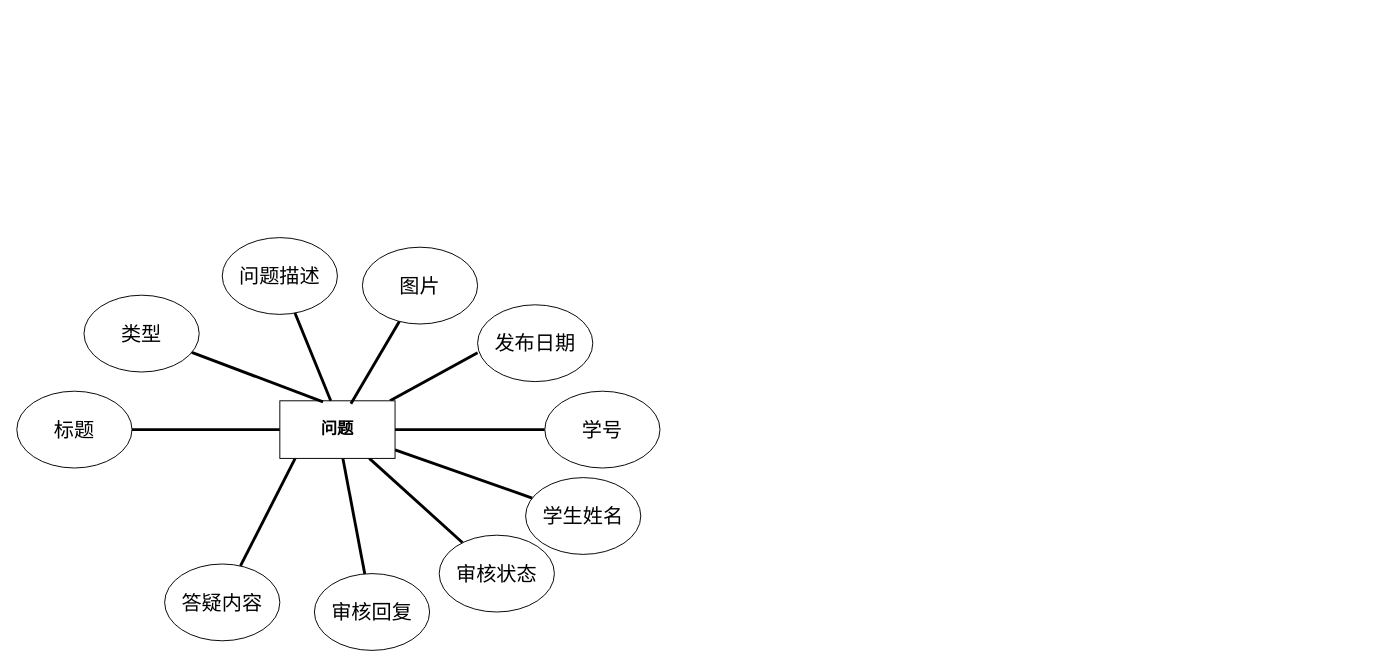
Above: page "问题实体信息图" (2 of 5) of E-R模型图.drawio in ov0-0vo/1 (draw.io), before the change. Source tidied: cells renumbered, new cells numbered last; positions are measured from the earlier drawing's top-left corner, leaving out a move shared by most shapes. Both pictures are drawn from the tidied source at 96%, with x=0, y=0 at pixel (16, 237).
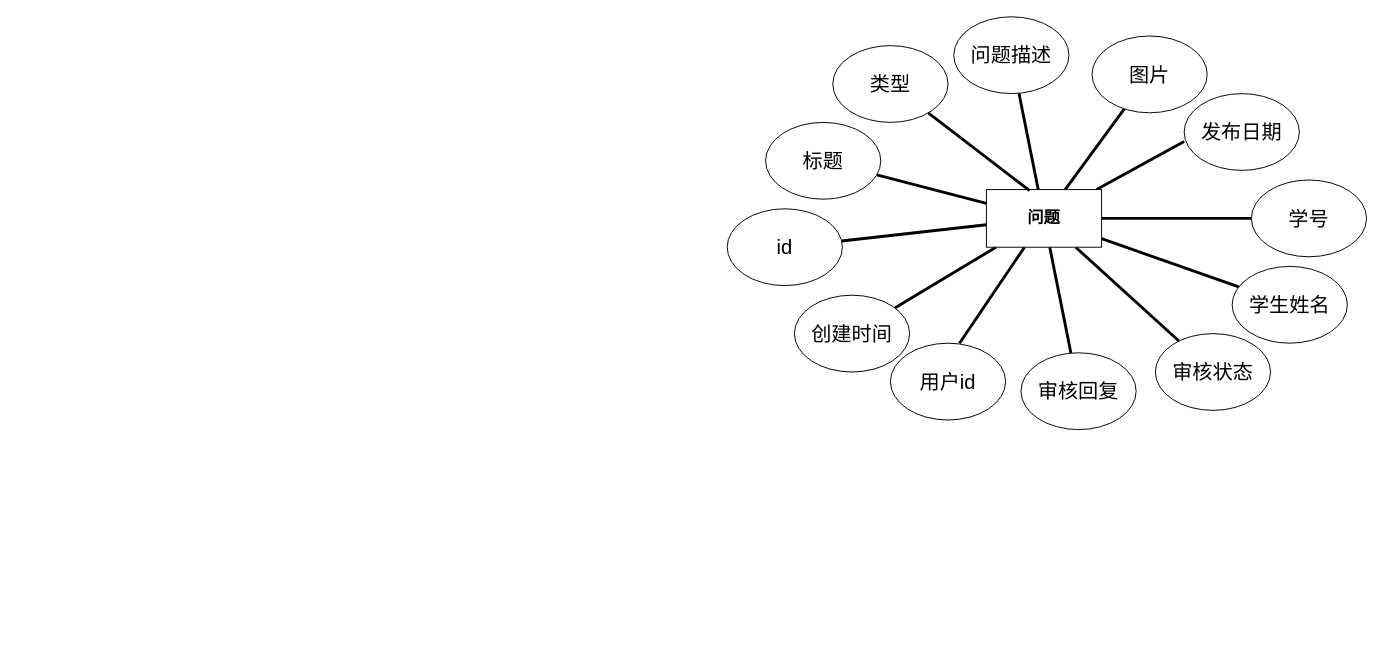
The same page after the edit.

Diff of the diagram source:
```diff
@@
-    <mxCell id="8" style="edgeStyle=none;shape=connector;rounded=0;jettySize=auto;html=1;exitX=0.133;exitY=1;exitDx=0;exitDy=0;labelBackgroundColor=default;strokeColor=default;strokeWidth=3;fontFamily=Helvetica;fontSize=11;fontColor=default;endArrow=none;endFill=0;exitPerimeter=0;" parent="1" edge="1" source="9" target="22">
-      <mxGeometry relative="1" as="geometry" />
-    </mxCell>
+    <mxCell id="23" style="edgeStyle=none;shape=connector;rounded=0;jettySize=auto;html=1;labelBackgroundColor=default;strokeColor=default;strokeWidth=3;fontFamily=Helvetica;fontSize=11;fontColor=default;endArrow=none;endFill=0;entryX=0.6;entryY=0;entryDx=0;entryDy=0;entryPerimeter=0;" parent="1" edge="1" source="9" target="25">
+      <mxGeometry relative="1" as="geometry" />
+    </mxCell>
+    <mxCell id="24" style="edgeStyle=none;shape=connector;rounded=0;jettySize=auto;html=1;labelBackgroundColor=default;strokeColor=default;strokeWidth=3;fontFamily=Helvetica;fontSize=21;fontColor=default;endArrow=none;endFill=0;" parent="1" edge="1" source="9" target="28">
+      <mxGeometry relative="1" as="geometry" />
+    </mxCell>
     <mxCell id="9" value="问题" style="rounded=0;whiteSpace=wrap;html=1;fontFamily=Times New Roman;fontStyle=1;fontSize=17;" parent="1" vertex="1">
-      <mxGeometry x="274" y="170" width="120" height="60" as="geometry" />
+      <mxGeometry x="1010" y="-50" width="120" height="60" as="geometry" />
     </mxCell>
     <mxCell id="10" value="标题" style="ellipse;whiteSpace=wrap;html=1;fontSize=21;" parent="1" vertex="1">
-      <mxGeometry y="160" width="120" height="80" as="geometry" />
+      <mxGeometry x="780" y="-120" width="120" height="80" as="geometry" />
     </mxCell>
@@
     <mxCell id="12" value="类型" style="ellipse;whiteSpace=wrap;html=1;fontSize=21;" parent="1" vertex="1">
-      <mxGeometry x="70" y="60" width="120" height="80" as="geometry" />
+      <mxGeometry x="850" y="-200" width="120" height="80" as="geometry" />
     </mxCell>
-    <mxCell id="13" style="rounded=0;jettySize=auto;html=1;endArrow=none;endFill=0;strokeWidth=3;exitX=0.617;exitY=0.05;exitDx=0;exitDy=0;exitPerimeter=0;" parent="1" edge="1" source="9" target="14">
+    <mxCell id="13" style="rounded=0;jettySize=auto;html=1;endArrow=none;endFill=0;strokeWidth=3;" parent="1" edge="1" source="9" target="14">
       <mxGeometry relative="1" as="geometry" />
     </mxCell>
     <mxCell id="14" value="图片" style="ellipse;whiteSpace=wrap;html=1;fontSize=21;" parent="1" vertex="1">
-      <mxGeometry x="360" y="10" width="120" height="80" as="geometry" />
+      <mxGeometry x="1120" y="-210" width="120" height="80" as="geometry" />
     </mxCell>
-    <mxCell id="15" style="edgeStyle=none;shape=connector;rounded=0;jettySize=auto;html=1;entryX=0.442;entryY=0;entryDx=0;entryDy=0;entryPerimeter=0;labelBackgroundColor=default;strokeWidth=3;fontFamily=Helvetica;fontSize=11;fontColor=default;endArrow=none;endFill=0;" parent="1" edge="1" source="16" target="9">
+    <mxCell id="15" style="edgeStyle=none;shape=connector;rounded=0;jettySize=auto;html=1;labelBackgroundColor=default;strokeWidth=3;fontFamily=Helvetica;fontSize=11;fontColor=default;endArrow=none;endFill=0;" parent="1" edge="1" source="16" target="9">
       <mxGeometry relative="1" as="geometry" />
     </mxCell>
     <mxCell id="16" value="问题描述" style="ellipse;whiteSpace=wrap;html=1;fontSize=21;" parent="1" vertex="1">
-      <mxGeometry x="214" width="120" height="80" as="geometry" />
+      <mxGeometry x="976" y="-230" width="120" height="80" as="geometry" />
     </mxCell>
     <mxCell id="17" value="学号" style="ellipse;whiteSpace=wrap;html=1;fontSize=21;" parent="1" vertex="1">
-      <mxGeometry x="550" y="160" width="120" height="80" as="geometry" />
+      <mxGeometry x="1286" y="-60" width="120" height="80" as="geometry" />
     </mxCell>
     <mxCell id="18" value="发布日期" style="ellipse;whiteSpace=wrap;html=1;fontSize=21;" parent="1" vertex="1">
-      <mxGeometry x="480" y="70" width="120" height="80" as="geometry" />
+      <mxGeometry x="1216" y="-150" width="120" height="80" as="geometry" />
     </mxCell>
     <mxCell id="19" value="学生姓名" style="ellipse;whiteSpace=wrap;html=1;fontSize=21;" parent="1" vertex="1">
-      <mxGeometry x="530" y="250" width="120" height="80" as="geometry" />
+      <mxGeometry x="1266" y="30" width="120" height="80" as="geometry" />
     </mxCell>
     <mxCell id="20" value="审核状态" style="ellipse;whiteSpace=wrap;html=1;fontSize=21;" parent="1" vertex="1">
-      <mxGeometry x="440" y="310" width="120" height="80" as="geometry" />
+      <mxGeometry x="1186" y="100" width="120" height="80" as="geometry" />
     </mxCell>
     <mxCell id="21" value="审核回复" style="ellipse;whiteSpace=wrap;html=1;fontSize=21;" parent="1" vertex="1">
-      <mxGeometry x="310" y="350" width="120" height="80" as="geometry" />
+      <mxGeometry x="1046" y="120" width="120" height="80" as="geometry" />
     </mxCell>
-    <mxCell id="22" value="答疑内容" style="ellipse;whiteSpace=wrap;html=1;fontSize=21;" parent="1" vertex="1">
-      <mxGeometry x="154" y="340" width="120" height="80" as="geometry" />
-    </mxCell>
+    <mxCell id="25" value="用户id" style="ellipse;whiteSpace=wrap;html=1;fontSize=21;" parent="1" vertex="1">
+      <mxGeometry x="910" y="110" width="120" height="80" as="geometry" />
+    </mxCell>
+    <mxCell id="26" style="edgeStyle=none;shape=connector;rounded=0;jettySize=auto;html=1;labelBackgroundColor=default;strokeColor=default;strokeWidth=3;fontFamily=Helvetica;fontSize=21;fontColor=default;endArrow=none;endFill=0;" parent="1" edge="1" source="27" target="9">
+      <mxGeometry relative="1" as="geometry" />
+    </mxCell>
+    <mxCell id="27" value="id" style="ellipse;whiteSpace=wrap;html=1;fontSize=21;" parent="1" vertex="1">
+      <mxGeometry x="740" y="-30" width="120" height="80" as="geometry" />
+    </mxCell>
+    <mxCell id="28" value="创建时间" style="ellipse;whiteSpace=wrap;html=1;fontSize=21;" parent="1" vertex="1">
+      <mxGeometry x="810" y="60" width="120" height="80" as="geometry" />
+    </mxCell>
```
